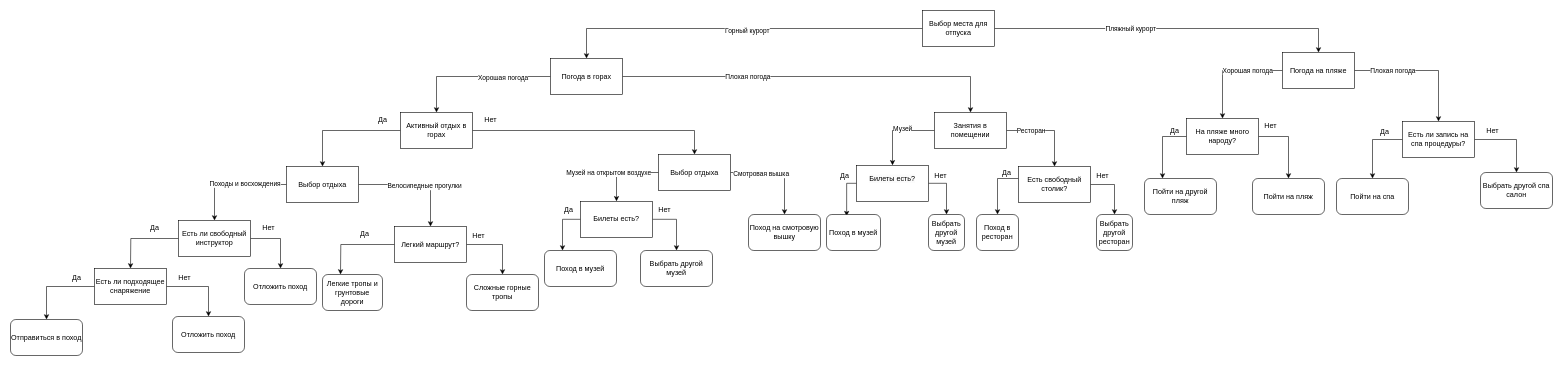
Eofre/expert-system-for-choosing-a-vacation-spot keeps this draw.io diagram as scheme.drawio. Above is the earlier version. Source tidied: cells renumbered, new cells numbered last; positions are measured from the earlier drawing's top-left corner, leaving out a move shared by most shapes. Both pictures are drawn from the tidied source at 60%, with x=0, y=0 at pixel (10, 10).
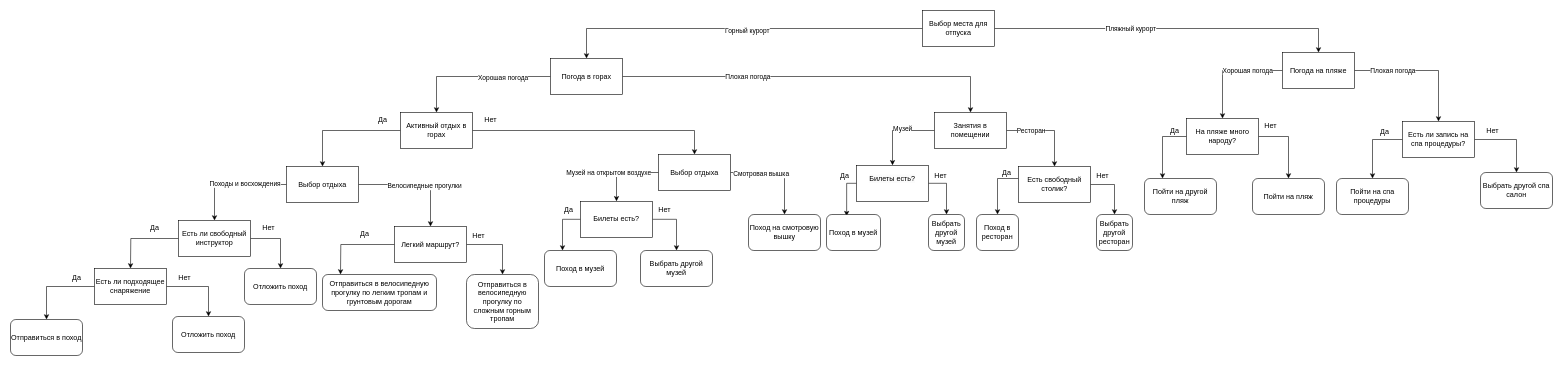
The same diagram, later.

Change to the diagram source:
```diff
@@
-    <mxCell id="54" value="Легкие тропы и грунтовые дороги" style="rounded=1;whiteSpace=wrap;html=1;" parent="1" vertex="1">
-      <mxGeometry x="520" y="440" width="100" height="60" as="geometry" />
+    <mxCell id="54" value="Отправиться в велосипедную прогулку по легким тропам и грунтовым дорогам" style="rounded=1;whiteSpace=wrap;html=1;" parent="1" vertex="1">
+      <mxGeometry x="520" y="440" width="190" height="60" as="geometry" />
     </mxCell>
-    <mxCell id="55" value="Сложные горные тропы" style="rounded=1;whiteSpace=wrap;html=1;" parent="1" vertex="1">
-      <mxGeometry x="760" y="440" width="120" height="60" as="geometry" />
+    <mxCell id="55" value="Отправиться в велосипедную прогулку по сложным горным тропам" style="rounded=1;whiteSpace=wrap;html=1;" parent="1" vertex="1">
+      <mxGeometry x="760" y="440" width="120" height="90" as="geometry" />
     </mxCell>
@@
-    <mxCell id="89" value="Пойти на спа" style="rounded=1;whiteSpace=wrap;html=1;" parent="1" vertex="1">
+    <mxCell id="89" value="Пойти на спа процедуры" style="rounded=1;whiteSpace=wrap;html=1;" parent="1" vertex="1">
       <mxGeometry x="2210" y="280" width="120" height="60" as="geometry" />
     </mxCell>
```
